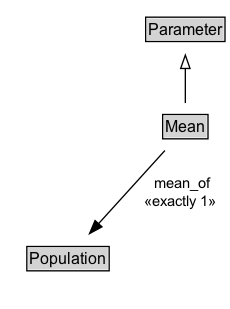
Earlier version of the Graphviz export docs/diagrams/Mean.dot.png (ISO-TC204/ontology-i72-v1). Its source is kept beside it as docs/diagrams/Mean.dot. The source it was exported from:
```dot
digraph {
	graph [overlap=false rankdir=TB splines=true]
	node [fontname=Arial fontsize=12 margin=0 shape=none]
	edge [fontname=Arial fontsize=11]
	{
		rank=max
		Mean [label=<<TABLE BORDER="1" CELLBORDER="0" CELLSPACING="0" CELLPADDING="1"><TR><TD BGCOLOR="lightgray" ALIGN="CENTER" PORT="e">Mean</TD></TR></TABLE>> URL="../Mean.md" margin=0]
	}
	subgraph cluster_associated {
		label="" style=invis
		Invis [label=<<TABLE BORDER="0" CELLBORDER="0" CELLSPACING="0" CELLPADDING="1"><TR><TD></TD></TR></TABLE>> margin=0 style=invis]
		Population [label=<<TABLE BORDER="1" CELLBORDER="0" CELLSPACING="0" CELLPADDING="1"><TR><TD BGCOLOR="lightgray" ALIGN="CENTER">Population</TD></TR></TABLE>> URL="../Population.md" margin=0]
	}
	Parameter [label=<<TABLE BORDER="1" CELLBORDER="0" CELLSPACING="0" CELLPADDING="1"><TR><TD BGCOLOR="lightgray" ALIGN="CENTER">Parameter</TD></TR></TABLE>> URL="../Parameter.md" margin=0]
	Mean -> Parameter [arrowhead=onormal style=solid]
	Mean -> Invis [style=invis]
	Invis -> Population [style=invis]
	Mean -> Population [label=" mean_of
 «exactly 1»  " arrowhead=normal style=solid]
}
```
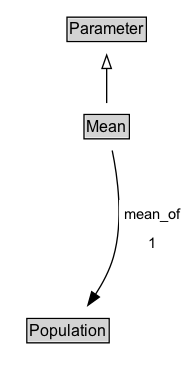
After the commit.

What changed in the source:
```diff
@@ -3,18 +3,21 @@
 	node [fontname=Arial fontsize=12 margin=0 shape=none]
 	edge [fontname=Arial fontsize=11]
 	{
+		rank=source
+		Parameter [label=<<TABLE BORDER="1" CELLBORDER="0" CELLSPACING="0" CELLPADDING="1"><TR><TD BGCOLOR="lightgray" ALIGN="CENTER">Parameter</TD></TR></TABLE>> URL="../Parameter" margin=0]
+	}
+	Mean [label=<<TABLE BORDER="1" CELLBORDER="0" CELLSPACING="0" CELLPADDING="1"><TR><TD BGCOLOR="lightgray" ALIGN="CENTER">Mean</TD></TR></TABLE>> URL="../Mean" margin=0]
+	{
 		rank=max
-		Mean [label=<<TABLE BORDER="1" CELLBORDER="0" CELLSPACING="0" CELLPADDING="1"><TR><TD BGCOLOR="lightgray" ALIGN="CENTER" PORT="e">Mean</TD></TR></TABLE>> URL="../Mean.md" margin=0]
 	}
 	subgraph cluster_associated {
 		label="" style=invis
 		Invis [label=<<TABLE BORDER="0" CELLBORDER="0" CELLSPACING="0" CELLPADDING="1"><TR><TD></TD></TR></TABLE>> margin=0 style=invis]
-		Population [label=<<TABLE BORDER="1" CELLBORDER="0" CELLSPACING="0" CELLPADDING="1"><TR><TD BGCOLOR="lightgray" ALIGN="CENTER">Population</TD></TR></TABLE>> URL="../Population.md" margin=0]
+		Population [label=<<TABLE BORDER="1" CELLBORDER="0" CELLSPACING="0" CELLPADDING="1"><TR><TD BGCOLOR="lightgray" ALIGN="CENTER">Population</TD></TR></TABLE>> URL="../Population" margin=0]
 	}
-	Parameter [label=<<TABLE BORDER="1" CELLBORDER="0" CELLSPACING="0" CELLPADDING="1"><TR><TD BGCOLOR="lightgray" ALIGN="CENTER">Parameter</TD></TR></TABLE>> URL="../Parameter.md" margin=0]
 	Mean -> Parameter [arrowhead=onormal style=solid]
 	Mean -> Invis [style=invis]
 	Invis -> Population [style=invis]
-	Mean -> Population [label=" mean_of
- «exactly 1»  " arrowhead=normal style=solid]
+	Population [label=<<TABLE BORDER="1" CELLBORDER="0" CELLSPACING="0" CELLPADDING="1"><TR><TD BGCOLOR="lightgray" ALIGN="CENTER">Population</TD></TR></TABLE>> URL="../Population" margin=0]
+	Mean -> Population [label=<<TABLE BORDER="0" CELLBORDER="0" CELLSPACING="0" CELLPADDING="4" BGCOLOR="white"><TR><TD ALIGN="CENTER">mean_of</TD></TR><TR><TD ALIGN="CENTER">1</TD></TR></TABLE>> arrowhead=normal style=solid]
 }
```
